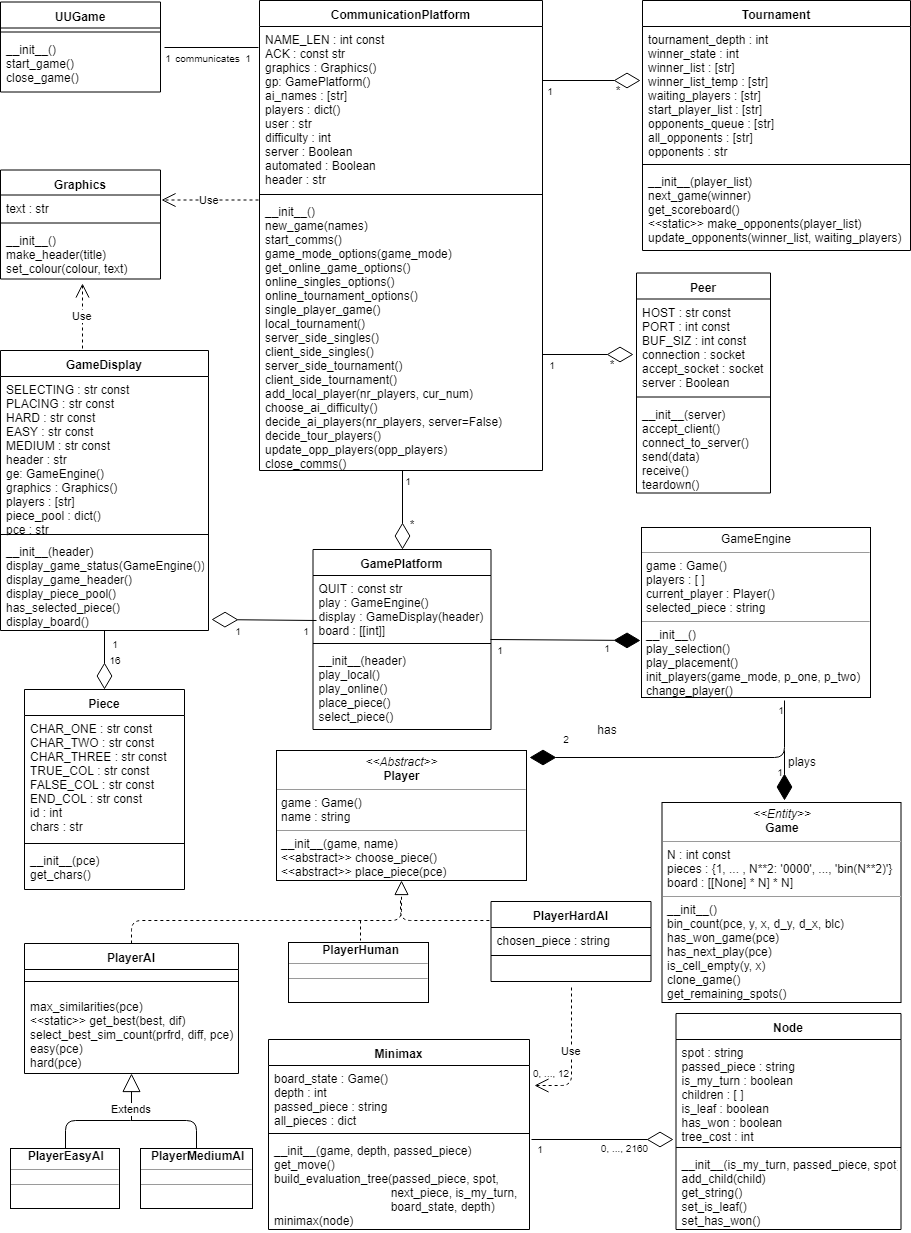
Earlier version of the draw.io export docs/ClassDiagramUML.png (R055A/UU-Game). Source tidied: cells renumbered, new cells last; positions are measured from the earlier drawing's top-left corner, leaving out a move shared by most shapes.
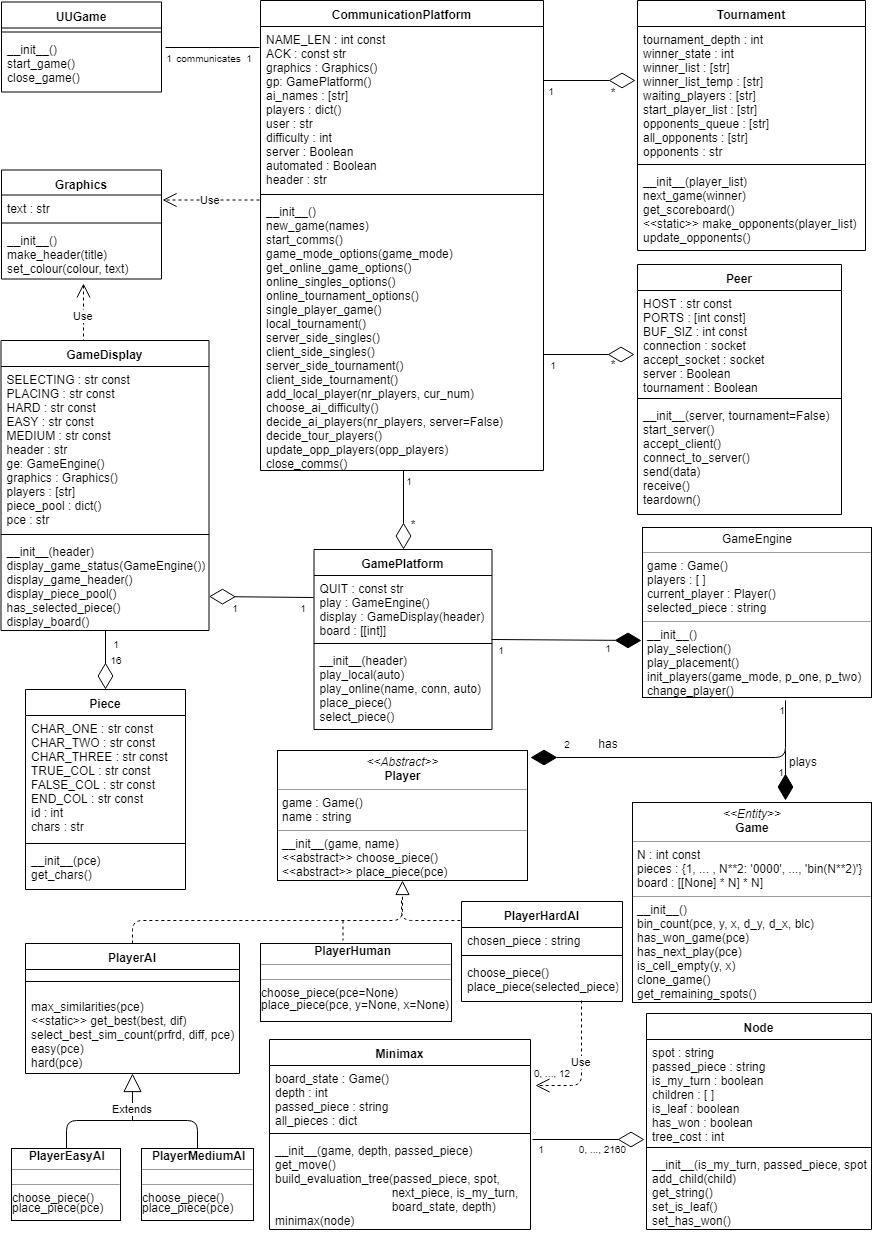
After the change.

Commit message:
Update UML class diagram

What changed in the source:
```diff
@@ -7,10 +7,10 @@
     </mxCell>
-    <mxCell id="3" value="&lt;b&gt;&amp;nbsp;&amp;nbsp;&amp;nbsp;&amp;nbsp;&amp;nbsp;&amp;nbsp;&amp;nbsp;&amp;nbsp;&amp;nbsp; PlayerHuman&lt;/b&gt;&lt;br&gt;&lt;hr size=&quot;1&quot;&gt;&lt;div style=&quot;height: 2px&quot;&gt;&lt;/div&gt;&lt;hr size=&quot;1&quot;&gt;&lt;div style=&quot;height: 2px&quot;&gt;&lt;/div&gt;" style="verticalAlign=top;align=left;overflow=fill;fontSize=12;fontFamily=Helvetica;html=1;" parent="1" vertex="1">
-      <mxGeometry x="288" y="942" width="140" height="60" as="geometry" />
+    <mxCell id="3" value="&lt;b&gt;&amp;nbsp; &amp;nbsp; &amp;nbsp; &amp;nbsp; &amp;nbsp; &amp;nbsp; &amp;nbsp; &amp;nbsp; PlayerHuman&lt;/b&gt;&lt;br&gt;&lt;hr size=&quot;1&quot;&gt;&lt;div style=&quot;height: 2px&quot;&gt;&lt;/div&gt;&lt;hr size=&quot;1&quot;&gt;&lt;div style=&quot;height: 2px&quot;&gt;choose_piece(pce=None)&lt;/div&gt;&lt;div style=&quot;height: 2px&quot;&gt;&lt;br&gt;&lt;/div&gt;&lt;div style=&quot;height: 2px&quot;&gt;&lt;br&gt;&lt;/div&gt;&lt;div style=&quot;height: 2px&quot;&gt;&lt;br&gt;&lt;/div&gt;&lt;div style=&quot;height: 2px&quot;&gt;&lt;br&gt;&lt;/div&gt;&lt;div style=&quot;height: 2px&quot;&gt;&lt;br&gt;&lt;/div&gt;&lt;div style=&quot;height: 2px&quot;&gt;place_piece(pce, y=None, x=None)&lt;/div&gt;&lt;div style=&quot;height: 2px&quot;&gt;&lt;br&gt;&lt;/div&gt;" style="verticalAlign=top;align=left;overflow=fill;fontSize=12;fontFamily=Helvetica;html=1;" parent="1" vertex="1">
+      <mxGeometry x="259" y="943" width="191" height="78" as="geometry" />
     </mxCell>
-    <mxCell id="4" value="&lt;b&gt;&amp;nbsp; &amp;nbsp; &amp;nbsp;PlayerEasyAI&lt;/b&gt;&lt;br&gt;&lt;hr size=&quot;1&quot;&gt;&lt;div style=&quot;height: 2px&quot;&gt;&lt;/div&gt;&lt;hr size=&quot;1&quot;&gt;&lt;div style=&quot;height: 2px&quot;&gt;&lt;/div&gt;" style="verticalAlign=top;align=left;overflow=fill;fontSize=12;fontFamily=Helvetica;html=1;" parent="1" vertex="1">
-      <mxGeometry x="10" y="1148" width="109" height="60" as="geometry" />
+    <mxCell id="4" value="&lt;b&gt;&amp;nbsp; &amp;nbsp; &amp;nbsp;PlayerEasyAI&lt;/b&gt;&lt;br&gt;&lt;hr size=&quot;1&quot;&gt;&lt;div style=&quot;height: 2px&quot;&gt;&lt;/div&gt;&lt;hr size=&quot;1&quot;&gt;&lt;div style=&quot;height: 2px&quot;&gt;choose_piece()&lt;/div&gt;&lt;div style=&quot;height: 2px&quot;&gt;&lt;br&gt;&lt;/div&gt;&lt;div style=&quot;height: 2px&quot;&gt;&lt;br&gt;&lt;/div&gt;&lt;div style=&quot;height: 2px&quot;&gt;&lt;br&gt;&lt;/div&gt;&lt;div style=&quot;height: 2px&quot;&gt;&lt;br&gt;&lt;/div&gt;&lt;div style=&quot;height: 2px&quot;&gt;place_piece(pce)&lt;/div&gt;" style="verticalAlign=top;align=left;overflow=fill;fontSize=12;fontFamily=Helvetica;html=1;" parent="1" vertex="1">
+      <mxGeometry x="10" y="1148" width="109" height="72" as="geometry" />
     </mxCell>
-    <mxCell id="5" value="&lt;b&gt;&amp;nbsp; &amp;nbsp;PlayerMediumAI&lt;/b&gt;&lt;br&gt;&lt;hr size=&quot;1&quot;&gt;&lt;div style=&quot;height: 2px&quot;&gt;&lt;/div&gt;&lt;hr size=&quot;1&quot;&gt;&lt;div style=&quot;height: 2px&quot;&gt;&lt;br&gt;&lt;/div&gt;" style="verticalAlign=top;align=left;overflow=fill;fontSize=12;fontFamily=Helvetica;html=1;" parent="1" vertex="1">
-      <mxGeometry x="140" y="1148" width="112" height="60" as="geometry" />
+    <mxCell id="5" value="&lt;b&gt;&amp;nbsp; &amp;nbsp;PlayerMediumAI&lt;/b&gt;&lt;br&gt;&lt;hr size=&quot;1&quot;&gt;&lt;div style=&quot;height: 2px&quot;&gt;&lt;/div&gt;&lt;hr size=&quot;1&quot;&gt;&lt;div style=&quot;height: 2px&quot;&gt;choose_piece()&lt;br&gt;&lt;/div&gt;&lt;div style=&quot;height: 2px&quot;&gt;&lt;br&gt;&lt;/div&gt;&lt;div style=&quot;height: 2px&quot;&gt;&lt;br&gt;&lt;/div&gt;&lt;div style=&quot;height: 2px&quot;&gt;&lt;br&gt;&lt;/div&gt;&lt;div style=&quot;height: 2px&quot;&gt;&lt;br&gt;&lt;/div&gt;&lt;div style=&quot;height: 2px&quot;&gt;place_piece(pce)&lt;/div&gt;" style="verticalAlign=top;align=left;overflow=fill;fontSize=12;fontFamily=Helvetica;html=1;" parent="1" vertex="1">
+      <mxGeometry x="140" y="1148" width="112" height="72" as="geometry" />
     </mxCell>
@@ -28,3 +28,3 @@
     <mxCell id="8" value="&lt;p style=&quot;margin: 0px ; margin-top: 4px ; text-align: center&quot;&gt;&lt;i&gt;&amp;lt;&amp;lt;Entity&amp;gt;&amp;gt;&lt;/i&gt;&lt;br&gt;&lt;b&gt;Game&lt;/b&gt;&lt;br&gt;&lt;/p&gt;&lt;hr size=&quot;1&quot;&gt;&lt;p style=&quot;margin: 0px ; margin-left: 4px&quot;&gt;N : int const&lt;br&gt;pieces : {1, ... , N**2: '0000', ..., 'bin(N**2)'}&lt;/p&gt;&lt;p style=&quot;margin: 0px ; margin-left: 4px&quot;&gt;board : [[None] * N] * N]&lt;br&gt;&lt;/p&gt;&lt;hr size=&quot;1&quot;&gt;&lt;p style=&quot;margin: 0px ; margin-left: 4px&quot;&gt;__init__()&lt;/p&gt;&lt;p style=&quot;margin: 0px ; margin-left: 4px&quot;&gt;bin_count(pce, y, x, d_y, d_x, blc)&lt;br&gt;has_won_game(pce)&lt;/p&gt;&lt;p style=&quot;margin: 0px ; margin-left: 4px&quot;&gt;has_next_play(pce)&lt;/p&gt;&lt;p style=&quot;margin: 0px ; margin-left: 4px&quot;&gt;is_cell_empty(y, x)&lt;/p&gt;&lt;p style=&quot;margin: 0px ; margin-left: 4px&quot;&gt;clone_game()&lt;/p&gt;&lt;p style=&quot;margin: 0px ; margin-left: 4px&quot;&gt;get_remaining_spots()&lt;/p&gt;&lt;p style=&quot;margin: 0px ; margin-left: 4px&quot;&gt;&lt;br&gt;&lt;/p&gt;" style="verticalAlign=top;align=left;overflow=fill;fontSize=12;fontFamily=Helvetica;html=1;" parent="1" vertex="1">
-      <mxGeometry x="661.5" y="802" width="239" height="200" as="geometry" />
+      <mxGeometry x="631" y="802" width="239" height="200" as="geometry" />
     </mxCell>
@@ -34,3 +34,3 @@
     <mxCell id="10" value="has" style="text;html=1;strokeColor=none;fillColor=none;align=center;verticalAlign=middle;whiteSpace=wrap;rounded=0;" parent="1" vertex="1">
-      <mxGeometry x="587" y="719" width="40" height="20" as="geometry" />
+      <mxGeometry x="587" y="733" width="40" height="20" as="geometry" />
     </mxCell>
@@ -58,3 +58,3 @@
     <mxCell id="18" value="Node" style="swimlane;fontStyle=1;align=center;verticalAlign=top;horizontal=1;startSize=26;" parent="1" vertex="1">
-      <mxGeometry x="675.5" y="1013" width="225" height="216" as="geometry" />
+      <mxGeometry x="645" y="1013" width="225" height="216" as="geometry" />
     </mxCell>
@@ -70,12 +70,12 @@
     <mxCell id="22" value="PlayerHardAI" style="swimlane;fontStyle=1;align=center;verticalAlign=top;horizontal=1;startSize=26;" parent="1" vertex="1">
-      <mxGeometry x="490.5" y="901" width="160" height="80" as="geometry" />
+      <mxGeometry x="460" y="901" width="161" height="100" as="geometry" />
     </mxCell>
     <mxCell id="23" value="chosen_piece : string&#10;" style="text;strokeColor=none;fillColor=none;align=left;verticalAlign=top;spacingLeft=4;spacingRight=4;overflow=hidden;" parent="22" vertex="1">
-      <mxGeometry y="26" width="160" height="24" as="geometry" />
+      <mxGeometry y="26" width="161" height="24" as="geometry" />
     </mxCell>
     <mxCell id="24" style="line;strokeWidth=1;fillColor=none;align=left;verticalAlign=middle;spacingTop=-1;spacingLeft=3;spacingRight=3;labelPosition=right;" parent="22" vertex="1">
-      <mxGeometry y="50" width="160" height="8" as="geometry" />
+      <mxGeometry y="50" width="161" height="8" as="geometry" />
     </mxCell>
-    <mxCell id="25" value="&#10;&#10;" style="text;strokeColor=none;fillColor=none;align=left;verticalAlign=top;spacingLeft=4;spacingRight=4;overflow=hidden;points=[[0,0.5],[1,0.5]];portConstraint=eastwest;" parent="22" vertex="1">
-      <mxGeometry y="58" width="160" height="22" as="geometry" />
+    <mxCell id="25" value="choose_piece()&#10;place_piece(selected_piece)&#10;" style="text;strokeColor=none;fillColor=none;align=left;verticalAlign=top;spacingLeft=4;spacingRight=4;overflow=hidden;points=[[0,0.5],[1,0.5]];portConstraint=eastwest;" parent="22" vertex="1">
+      <mxGeometry y="58" width="161" height="42" as="geometry" />
     </mxCell>
@@ -84,11 +84,2 @@
     </mxCell>
-    <mxCell id="27" style="endArrow=none;dashed=1;html=1;" parent="1" edge="1">
-      <mxGeometry relative="1" as="geometry">
-        <mxPoint x="400" y="900" as="sourcePoint" />
-        <mxPoint x="490" y="920" as="targetPoint" />
-        <Array as="points">
-          <mxPoint x="400" y="920" />
-        </Array>
-      </mxGeometry>
-    </mxCell>
     <mxCell id="28" value="CommunicationPlatform" style="swimlane;fontStyle=1;align=center;verticalAlign=top;horizontal=1;startSize=26;" parent="1" vertex="1">
@@ -128,6 +119,7 @@
     </mxCell>
-    <mxCell id="39" value="Use" style="endArrow=open;endSize=12;dashed=1;html=1;exitX=0.5;exitY=1.273;exitDx=0;exitDy=0;exitPerimeter=0;entryX=1.019;entryY=0.313;entryDx=0;entryDy=0;entryPerimeter=0;" parent="1" edge="1" source="25" target="15">
+    <mxCell id="39" value="Use" style="endArrow=open;endSize=12;dashed=1;html=1;entryX=1.019;entryY=0.313;entryDx=0;entryDy=0;entryPerimeter=0;" parent="1" edge="1" target="15">
       <mxGeometry x="-0.07" relative="1" as="geometry">
+        <mxPoint x="580" y="1000" as="sourcePoint" />
         <Array as="points">
-          <mxPoint x="571" y="1085" />
+          <mxPoint x="580" y="1085" />
         </Array>
@@ -136,12 +128,12 @@
     <mxCell id="40" value="Peer" style="swimlane;fontStyle=1;align=center;verticalAlign=top;horizontal=1;startSize=26;" parent="1" vertex="1">
-      <mxGeometry x="636" y="272.5" width="134" height="220" as="geometry" />
+      <mxGeometry x="636" y="264" width="204" height="250" as="geometry" />
     </mxCell>
-    <mxCell id="41" value="HOST : str const&#10;PORT : int const&#10;BUF_SIZ : int const&#10;connection : socket&#10;accept_socket : socket&#10;server : Boolean" style="text;strokeColor=none;fillColor=none;align=left;verticalAlign=top;spacingLeft=4;spacingRight=4;overflow=hidden;" parent="40" vertex="1">
-      <mxGeometry y="26" width="134" height="94" as="geometry" />
+    <mxCell id="41" value="HOST : str const&#10;PORTS : [int const]&#10;BUF_SIZ : int const&#10;connection : socket&#10;accept_socket : socket&#10;server : Boolean&#10;tournament : Boolean&#10;" style="text;strokeColor=none;fillColor=none;align=left;verticalAlign=top;spacingLeft=4;spacingRight=4;overflow=hidden;" parent="40" vertex="1">
+      <mxGeometry y="26" width="204" height="104" as="geometry" />
     </mxCell>
     <mxCell id="42" style="line;strokeWidth=1;fillColor=none;align=left;verticalAlign=middle;spacingTop=-1;spacingLeft=3;spacingRight=3;labelPosition=right;" parent="40" vertex="1">
-      <mxGeometry y="120" width="134" height="8" as="geometry" />
+      <mxGeometry y="130" width="204" height="8" as="geometry" />
     </mxCell>
-    <mxCell id="43" value="__init__(server)&#10;accept_client()&#10;connect_to_server()&#10;send(data)&#10;receive()&#10;teardown()&#10;" style="text;strokeColor=none;fillColor=none;align=left;verticalAlign=top;spacingLeft=4;spacingRight=4;overflow=hidden;" parent="40" vertex="1">
-      <mxGeometry y="128" width="134" height="92" as="geometry" />
+    <mxCell id="43" value="__init__(server, tournament=False)&#10;start_server()&#10;accept_client()&#10;connect_to_server()&#10;send(data)&#10;receive()&#10;teardown()&#10;" style="text;strokeColor=none;fillColor=none;align=left;verticalAlign=top;spacingLeft=4;spacingRight=4;overflow=hidden;" parent="40" vertex="1">
+      <mxGeometry y="138" width="204" height="112" as="geometry" />
     </mxCell>
@@ -159,12 +151,12 @@
     <mxCell id="47" value="Tournament" style="swimlane;fontStyle=1;align=center;verticalAlign=top;horizontal=1;startSize=26;" parent="1" vertex="1">
-      <mxGeometry x="642" width="268" height="250" as="geometry" />
+      <mxGeometry x="636" width="228" height="250" as="geometry" />
     </mxCell>
     <mxCell id="48" value="tournament_depth : int&#10;winner_state : int&#10;winner_list : [str]&#10;winner_list_temp : [str]&#10;waiting_players : [str]&#10;start_player_list : [str]&#10;opponents_queue : [str]&#10;all_opponents : [str]&#10;opponents : str&#10; &#10;&#10;&#10;" style="text;strokeColor=none;fillColor=none;align=left;verticalAlign=top;spacingLeft=4;spacingRight=4;overflow=hidden;points=[[0,0.5],[1,0.5]];portConstraint=eastwest;" parent="47" vertex="1">
-      <mxGeometry y="26" width="268" height="134" as="geometry" />
+      <mxGeometry y="26" width="228" height="134" as="geometry" />
     </mxCell>
     <mxCell id="49" style="line;strokeWidth=1;fillColor=none;align=left;verticalAlign=middle;spacingTop=-1;spacingLeft=3;spacingRight=3;labelPosition=right;" parent="47" vertex="1">
-      <mxGeometry y="160" width="268" height="8" as="geometry" />
+      <mxGeometry y="160" width="228" height="8" as="geometry" />
     </mxCell>
-    <mxCell id="50" value="__init__(player_list)&#10;next_game(winner)&#10;get_scoreboard()&#10;&lt;&lt;static&gt;&gt; make_opponents(player_list)&#10;update_opponents(winner_list, waiting_players)&#10;" style="text;strokeColor=none;fillColor=none;align=left;verticalAlign=top;spacingLeft=4;spacingRight=4;overflow=hidden;" parent="47" vertex="1">
-      <mxGeometry y="168" width="268" height="82" as="geometry" />
+    <mxCell id="50" value="__init__(player_list)&#10;next_game(winner)&#10;get_scoreboard()&#10;&lt;&lt;static&gt;&gt; make_opponents(player_list)&#10;update_opponents()&#10;" style="text;strokeColor=none;fillColor=none;align=left;verticalAlign=top;spacingLeft=4;spacingRight=4;overflow=hidden;" parent="47" vertex="1">
+      <mxGeometry y="168" width="228" height="82" as="geometry" />
     </mxCell>
@@ -176,3 +168,3 @@
     <mxCell id="52" value="*" style="text;html=1;strokeColor=none;fillColor=none;align=center;verticalAlign=middle;whiteSpace=wrap;rounded=0;" parent="1" vertex="1">
-      <mxGeometry x="607" y="80" width="20" height="20" as="geometry" />
+      <mxGeometry x="600.5" y="81.5" width="20" height="20" as="geometry" />
     </mxCell>
@@ -190,3 +182,3 @@
     </mxCell>
-    <mxCell id="57" value="__init__(header)&#10;play_local()&#10;play_online()&#10;place_piece()&#10;select_piece()&#10;" style="text;strokeColor=none;fillColor=none;align=left;verticalAlign=top;spacingLeft=4;spacingRight=4;overflow=hidden;" parent="54" vertex="1">
+    <mxCell id="57" value="__init__(header)&#10;play_local(auto)&#10;play_online(name, conn, auto)&#10;place_piece()&#10;select_piece()&#10;" style="text;strokeColor=none;fillColor=none;align=left;verticalAlign=top;spacingLeft=4;spacingRight=4;overflow=hidden;" parent="54" vertex="1">
       <mxGeometry y="98" width="178" height="82" as="geometry" />
@@ -215,3 +207,3 @@
     <mxCell id="65" value="&lt;font style=&quot;font-size: 10px&quot;&gt;0, ..., 2160&lt;/font&gt;" style="text;html=1;strokeColor=none;fillColor=none;align=center;verticalAlign=middle;whiteSpace=wrap;rounded=0;" parent="1" vertex="1">
-      <mxGeometry x="593" y="1137" width="61" height="20" as="geometry" />
+      <mxGeometry x="570" y="1138" width="61" height="20" as="geometry" />
     </mxCell>
@@ -274,18 +266,18 @@
     <mxCell id="80" value="GameDisplay" style="swimlane;fontStyle=1;align=center;verticalAlign=top;horizontal=1;startSize=26;" parent="1" vertex="1">
-      <mxGeometry y="350" width="208" height="280" as="geometry" />
+      <mxGeometry x="-0.5" y="340" width="208" height="290" as="geometry" />
     </mxCell>
     <mxCell id="81" value="SELECTING : str const&#10;PLACING : str const&#10;HARD : str const&#10;EASY : str const&#10;MEDIUM : str const&#10;header : str&#10;ge: GameEngine()&#10;graphics : Graphics()&#10;players : [str]&#10;piece_pool : dict()&#10;pce : str&#10;&#10;" style="text;strokeColor=none;fillColor=none;align=left;verticalAlign=top;spacingLeft=4;spacingRight=4;overflow=hidden;" parent="80" vertex="1">
-      <mxGeometry y="26" width="208" height="154" as="geometry" />
+      <mxGeometry y="26" width="208" height="164" as="geometry" />
     </mxCell>
     <mxCell id="82" style="line;strokeWidth=1;fillColor=none;align=left;verticalAlign=middle;spacingTop=-1;spacingLeft=3;spacingRight=3;labelPosition=right;" parent="80" vertex="1">
-      <mxGeometry y="180" width="208" height="8" as="geometry" />
+      <mxGeometry y="190" width="208" height="8" as="geometry" />
     </mxCell>
     <mxCell id="83" value="__init__(header)&#10;display_game_status(GameEngine())&#10;display_game_header()&#10;display_piece_pool()&#10;has_selected_piece()&#10;display_board()&#10;" style="text;strokeColor=none;fillColor=none;align=left;verticalAlign=top;spacingLeft=4;spacingRight=4;overflow=hidden;points=[[0,0.5],[1,0.5]];portConstraint=eastwest;" parent="80" vertex="1">
-      <mxGeometry y="188" width="208" height="92" as="geometry" />
+      <mxGeometry y="198" width="208" height="92" as="geometry" />
     </mxCell>
     <mxCell id="84" value="&lt;font style=&quot;font-size: 10px&quot;&gt;1&lt;/font&gt;" style="text;html=1;strokeColor=none;fillColor=none;align=center;verticalAlign=middle;whiteSpace=wrap;rounded=0;direction=south;" parent="1" vertex="1">
-      <mxGeometry x="295.5" y="610" width="20" height="40" as="geometry" />
+      <mxGeometry x="292" y="587" width="20" height="40" as="geometry" />
     </mxCell>
     <mxCell id="85" value="&lt;font style=&quot;font-size: 10px&quot;&gt;1&lt;/font&gt;" style="text;html=1;strokeColor=none;fillColor=none;align=center;verticalAlign=middle;whiteSpace=wrap;rounded=0;direction=south;" parent="1" vertex="1">
-      <mxGeometry x="227.5" y="610" width="20" height="40" as="geometry" />
+      <mxGeometry x="224" y="587" width="20" height="40" as="geometry" />
     </mxCell>
@@ -330,3 +322,3 @@
       <mxGeometry relative="1" as="geometry">
-        <mxPoint x="211" y="619" as="targetPoint" />
+        <mxPoint x="207.5" y="596" as="targetPoint" />
       </mxGeometry>
@@ -334,3 +326,3 @@
     <mxCell id="94" value="&lt;font style=&quot;font-size: 10px&quot;&gt;2&lt;/font&gt;" style="text;html=1;strokeColor=none;fillColor=none;align=center;verticalAlign=middle;whiteSpace=wrap;rounded=0;direction=south;" parent="1" vertex="1">
-      <mxGeometry x="556" y="717.5" width="20" height="40" as="geometry" />
+      <mxGeometry x="556" y="723" width="20" height="40" as="geometry" />
     </mxCell>
@@ -338,6 +330,15 @@
       <mxGeometry relative="1" as="geometry">
-        <mxPoint x="360" y="920" as="sourcePoint" />
-        <mxPoint x="360" y="940" as="targetPoint" />
+        <mxPoint x="341.5" y="920" as="sourcePoint" />
+        <mxPoint x="341.5" y="940" as="targetPoint" />
       </mxGeometry>
     </mxCell>
+    <mxCell id="96" style="endArrow=none;dashed=1;html=1;" parent="1" edge="1">
+      <mxGeometry relative="1" as="geometry">
+        <mxPoint x="400" y="900" as="sourcePoint" />
+        <mxPoint x="460" y="920" as="targetPoint" />
+        <Array as="points">
+          <mxPoint x="400" y="920" />
+        </Array>
+      </mxGeometry>
+    </mxCell>
   </root>
```
